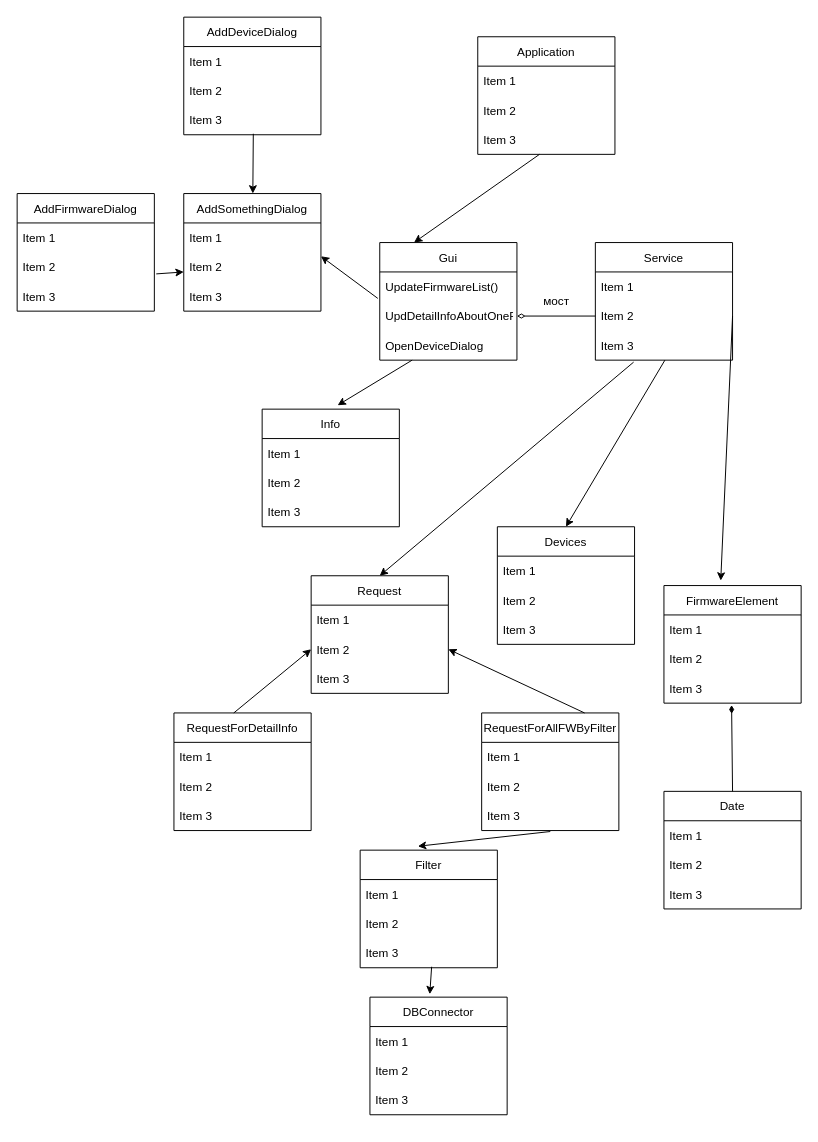
This is kursDiag.drawio from sophiiako/unik, a draw.io file, before an edit. Source tidied: cells renumbered, new cells numbered last; positions are measured from the earlier drawing's top-left corner, leaving out a move shared by most shapes. Both pictures are drawn from the tidied source at 98%, with x=0, y=0 at pixel (17, 17).
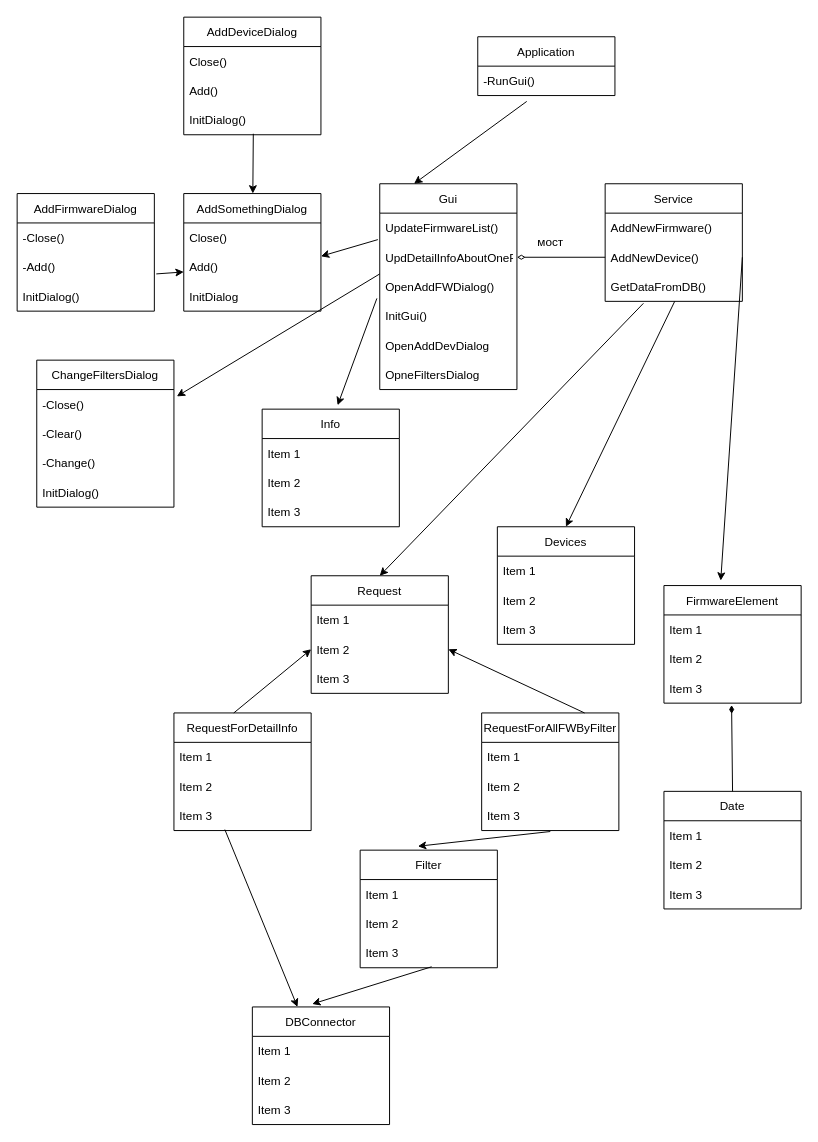
The same page after the edit.

Unchanged cells that the change refers to:
```xml
<mxCell id="34" value="Info" style="swimlane;fontStyle=0;horizontal=1;startSize=30;" parent="1" vertex="1">
  <mxGeometry x="250" y="400" width="140" height="120" as="geometry" />
</mxCell>
<mxCell id="53" value="Item 3" style="text;strokeColor=none;fillColor=none;align=left;verticalAlign=middle;spacingLeft=4;spacingRight=4;overflow=hidden;points=[[0,0.5],[1,0.5]];portConstraint=eastwest;" parent="50" vertex="1">
  <mxGeometry y="90" width="140" height="30" as="geometry" />
</mxCell>
<mxCell id="62" value="AddSomethingDialog" style="swimlane;fontStyle=0;horizontal=1;startSize=30;" parent="1" vertex="1">
  <mxGeometry x="170" y="180" width="140" height="120" as="geometry" />
</mxCell>
<mxCell id="66" value="AddDeviceDialog" style="swimlane;fontStyle=0;horizontal=1;startSize=30;" parent="1" vertex="1">
  <mxGeometry x="170" width="140" height="120" as="geometry" />
</mxCell>
<mxCell id="70" value="AddFirmwareDialog" style="swimlane;fontStyle=0;horizontal=1;startSize=30;" parent="1" vertex="1">
  <mxGeometry y="180" width="140" height="120" as="geometry" />
</mxCell>
```

Diff of the diagram source:
```diff
@@
     <mxCell id="2" value="Application" style="swimlane;fontStyle=0;horizontal=1;startSize=30;" parent="1" vertex="1">
-      <mxGeometry x="470" y="20" width="140" height="120" as="geometry" />
+      <mxGeometry x="470" y="20" width="140" height="60" as="geometry" />
     </mxCell>
-    <mxCell id="3" value="Item 1" style="text;strokeColor=none;fillColor=none;align=left;verticalAlign=middle;spacingLeft=4;spacingRight=4;overflow=hidden;points=[[0,0.5],[1,0.5]];portConstraint=eastwest;" parent="2" vertex="1">
+    <mxCell id="3" value="-RunGui()" style="text;strokeColor=none;fillColor=none;align=left;verticalAlign=middle;spacingLeft=4;spacingRight=4;overflow=hidden;points=[[0,0.5],[1,0.5]];portConstraint=eastwest;" parent="2" vertex="1">
       <mxGeometry y="30" width="140" height="30" as="geometry" />
     </mxCell>
-    <mxCell id="4" value="Item 2" style="text;strokeColor=none;fillColor=none;align=left;verticalAlign=middle;spacingLeft=4;spacingRight=4;overflow=hidden;" parent="2" vertex="1">
-      <mxGeometry y="60" width="140" height="30" as="geometry" />
-    </mxCell>
-    <mxCell id="5" value="Item 3" style="text;strokeColor=none;fillColor=none;align=left;verticalAlign=middle;spacingLeft=4;spacingRight=4;overflow=hidden;points=[[0,0.5],[1,0.5]];portConstraint=eastwest;" parent="2" vertex="1">
-      <mxGeometry y="90" width="140" height="30" as="geometry" />
-    </mxCell>
     <mxCell id="6" value="Service" style="swimlane;fontStyle=0;horizontal=1;startSize=30;" parent="1" vertex="1">
-      <mxGeometry x="590" y="230" width="140" height="120" as="geometry" />
+      <mxGeometry x="600" y="170" width="140" height="120" as="geometry" />
     </mxCell>
-    <mxCell id="7" value="Item 1" style="text;strokeColor=none;fillColor=none;align=left;verticalAlign=middle;spacingLeft=4;spacingRight=4;overflow=hidden;" parent="6" vertex="1">
+    <mxCell id="7" value="AddNewFirmware()" style="text;strokeColor=none;fillColor=none;align=left;verticalAlign=middle;spacingLeft=4;spacingRight=4;overflow=hidden;" parent="6" vertex="1">
       <mxGeometry y="30" width="140" height="30" as="geometry" />
     </mxCell>
-    <mxCell id="8" value="Item 2" style="text;strokeColor=none;fillColor=none;align=left;verticalAlign=middle;spacingLeft=4;spacingRight=4;overflow=hidden;points=[[0,0.5],[1,0.5]];portConstraint=eastwest;" parent="6" vertex="1">
+    <mxCell id="8" value="AddNewDevice()" style="text;strokeColor=none;fillColor=none;align=left;verticalAlign=middle;spacingLeft=4;spacingRight=4;overflow=hidden;points=[[0,0.5],[1,0.5]];portConstraint=eastwest;" parent="6" vertex="1">
       <mxGeometry y="60" width="140" height="30" as="geometry" />
     </mxCell>
-    <mxCell id="9" value="Item 3" style="text;strokeColor=none;fillColor=none;align=left;verticalAlign=middle;spacingLeft=4;spacingRight=4;overflow=hidden;points=[[0,0.5],[1,0.5]];portConstraint=eastwest;" parent="6" vertex="1">
+    <mxCell id="9" value="GetDataFromDB()" style="text;strokeColor=none;fillColor=none;align=left;verticalAlign=middle;spacingLeft=4;spacingRight=4;overflow=hidden;points=[[0,0.5],[1,0.5]];portConstraint=eastwest;" parent="6" vertex="1">
       <mxGeometry y="90" width="140" height="30" as="geometry" />
     </mxCell>
     <mxCell id="10" value="Gui" style="swimlane;fontStyle=0;horizontal=1;startSize=30;" parent="1" vertex="1">
-      <mxGeometry x="370" y="230" width="140" height="120" as="geometry" />
+      <mxGeometry x="370" y="170" width="140" height="210" as="geometry" />
     </mxCell>
@@
-    <mxCell id="13" value="OpenDeviceDialog" style="text;strokeColor=none;fillColor=none;align=left;verticalAlign=middle;spacingLeft=4;spacingRight=4;overflow=hidden;points=[[0,0.5],[1,0.5]];portConstraint=eastwest;" parent="10" vertex="1">
+    <mxCell id="13" value="OpenAddFWDialog()" style="text;strokeColor=none;fillColor=none;align=left;verticalAlign=middle;spacingLeft=4;spacingRight=4;overflow=hidden;points=[[0,0.5],[1,0.5]];portConstraint=eastwest;" parent="10" vertex="1">
       <mxGeometry y="90" width="140" height="30" as="geometry" />
     </mxCell>
+    <mxCell id="77" value="InitGui()" style="text;strokeColor=none;fillColor=none;align=left;verticalAlign=middle;spacingLeft=4;spacingRight=4;overflow=hidden;points=[[0,0.5],[1,0.5]];portConstraint=eastwest;" parent="10" vertex="1">
+      <mxGeometry y="120" width="140" height="30" as="geometry" />
+    </mxCell>
+    <mxCell id="78" value="OpenAddDevDialog" style="text;strokeColor=none;fillColor=none;align=left;verticalAlign=middle;spacingLeft=4;spacingRight=4;overflow=hidden;" parent="10" vertex="1">
+      <mxGeometry y="150" width="140" height="30" as="geometry" />
+    </mxCell>
+    <mxCell id="79" value="OpneFiltersDialog" style="text;strokeColor=none;fillColor=none;align=left;verticalAlign=middle;spacingLeft=4;spacingRight=4;overflow=hidden;" parent="10" vertex="1">
+      <mxGeometry y="180" width="140" height="30" as="geometry" />
+    </mxCell>
@@
     <mxCell id="18" value="DBConnector" style="swimlane;fontStyle=0;horizontal=1;startSize=30;" parent="1" vertex="1">
-      <mxGeometry x="360" y="1000" width="140" height="120" as="geometry" />
+      <mxGeometry x="240" y="1010" width="140" height="120" as="geometry" />
     </mxCell>
@@
     <mxCell id="43" value="мост" style="text;html=1;align=center;verticalAlign=middle;strokeColor=none;fillColor=none;" parent="1" vertex="1">
-      <mxGeometry x="530" y="280" width="40" height="20" as="geometry" />
+      <mxGeometry x="524" y="220" width="40" height="20" as="geometry" />
     </mxCell>
@@
-    <mxCell id="48" style="endArrow=classic;html=1;rounded=0;exitX=0.45;exitY=1;exitDx=0;exitDy=0;exitPerimeter=0;entryX=0.25;entryY=0;entryDx=0;entryDy=0;" parent="1" edge="1" source="5" target="10">
+    <mxCell id="48" style="endArrow=classic;html=1;rounded=0;exitX=0.357;exitY=1.2;exitDx=0;exitDy=0;exitPerimeter=0;entryX=0.25;entryY=0;entryDx=0;entryDy=0;" parent="1" edge="1" source="3" target="10">
       <mxGeometry relative="1" as="geometry" />
     </mxCell>
-    <mxCell id="49" style="endArrow=classic;html=1;rounded=0;exitX=0.236;exitY=1;exitDx=0;exitDy=0;exitPerimeter=0;entryX=0.55;entryY=-0.033;entryDx=0;entryDy=0;entryPerimeter=0;" parent="1" edge="1" source="13" target="34">
+    <mxCell id="49" style="endArrow=classic;html=1;rounded=0;exitX=-0.021;exitY=-0.1;exitDx=0;exitDy=0;exitPerimeter=0;entryX=0.55;entryY=-0.033;entryDx=0;entryDy=0;entryPerimeter=0;" parent="1" edge="1" source="77" target="34">
       <mxGeometry relative="1" as="geometry" />
     </mxCell>
@@
-    <mxCell id="63" value="Item 1" style="text;strokeColor=none;fillColor=none;align=left;verticalAlign=middle;spacingLeft=4;spacingRight=4;overflow=hidden;" parent="62" vertex="1">
+    <mxCell id="63" value="Close()" style="text;strokeColor=none;fillColor=none;align=left;verticalAlign=middle;spacingLeft=4;spacingRight=4;overflow=hidden;" parent="62" vertex="1">
       <mxGeometry y="30" width="140" height="30" as="geometry" />
     </mxCell>
-    <mxCell id="64" value="Item 2" style="text;strokeColor=none;fillColor=none;align=left;verticalAlign=middle;spacingLeft=4;spacingRight=4;overflow=hidden;points=[[0,0.5],[1,0.5]];portConstraint=eastwest;" parent="62" vertex="1">
+    <mxCell id="64" value="Add()" style="text;strokeColor=none;fillColor=none;align=left;verticalAlign=middle;spacingLeft=4;spacingRight=4;overflow=hidden;points=[[0,0.5],[1,0.5]];portConstraint=eastwest;" parent="62" vertex="1">
       <mxGeometry y="60" width="140" height="30" as="geometry" />
     </mxCell>
-    <mxCell id="65" value="Item 3" style="text;strokeColor=none;fillColor=none;align=left;verticalAlign=middle;spacingLeft=4;spacingRight=4;overflow=hidden;" parent="62" vertex="1">
+    <mxCell id="65" value="InitDialog" style="text;strokeColor=none;fillColor=none;align=left;verticalAlign=middle;spacingLeft=4;spacingRight=4;overflow=hidden;" parent="62" vertex="1">
       <mxGeometry y="90" width="140" height="30" as="geometry" />
     </mxCell>
@@
-    <mxCell id="67" value="Item 1" style="text;strokeColor=none;fillColor=none;align=left;verticalAlign=middle;spacingLeft=4;spacingRight=4;overflow=hidden;" parent="66" vertex="1">
+    <mxCell id="67" value="Close()" style="text;strokeColor=none;fillColor=none;align=left;verticalAlign=middle;spacingLeft=4;spacingRight=4;overflow=hidden;" parent="66" vertex="1">
       <mxGeometry y="30" width="140" height="30" as="geometry" />
     </mxCell>
-    <mxCell id="68" value="Item 2" style="text;strokeColor=none;fillColor=none;align=left;verticalAlign=middle;spacingLeft=4;spacingRight=4;overflow=hidden;" parent="66" vertex="1">
+    <mxCell id="68" value="Add()" style="text;strokeColor=none;fillColor=none;align=left;verticalAlign=middle;spacingLeft=4;spacingRight=4;overflow=hidden;" parent="66" vertex="1">
       <mxGeometry y="60" width="140" height="30" as="geometry" />
     </mxCell>
-    <mxCell id="69" value="Item 3" style="text;strokeColor=none;fillColor=none;align=left;verticalAlign=middle;spacingLeft=4;spacingRight=4;overflow=hidden;points=[[0,0.5],[1,0.5]];portConstraint=eastwest;" parent="66" vertex="1">
+    <mxCell id="69" value="InitDialog()" style="text;strokeColor=none;fillColor=none;align=left;verticalAlign=middle;spacingLeft=4;spacingRight=4;overflow=hidden;points=[[0,0.5],[1,0.5]];portConstraint=eastwest;" parent="66" vertex="1">
       <mxGeometry y="90" width="140" height="30" as="geometry" />
     </mxCell>
@@
-    <mxCell id="71" value="Item 1" style="text;strokeColor=none;fillColor=none;align=left;verticalAlign=middle;spacingLeft=4;spacingRight=4;overflow=hidden;" parent="70" vertex="1">
+    <mxCell id="71" value="-Close()" style="text;strokeColor=none;fillColor=none;align=left;verticalAlign=middle;spacingLeft=4;spacingRight=4;overflow=hidden;" parent="70" vertex="1">
       <mxGeometry y="30" width="140" height="30" as="geometry" />
     </mxCell>
-    <mxCell id="72" value="Item 2" style="text;strokeColor=none;fillColor=none;align=left;verticalAlign=middle;spacingLeft=4;spacingRight=4;overflow=hidden;points=[[0,0.5],[1,0.5]];portConstraint=eastwest;" parent="70" vertex="1">
-      <mxGeometry y="60" width="140" height="30" as="geometry" />
-    </mxCell>
-    <mxCell id="73" value="Item 3" style="text;strokeColor=none;fillColor=none;align=left;verticalAlign=middle;spacingLeft=4;spacingRight=4;overflow=hidden;" parent="70" vertex="1">
-      <mxGeometry y="90" width="140" height="30" as="geometry" />
+    <mxCell id="73" value="-Add()" style="text;strokeColor=none;fillColor=none;align=left;verticalAlign=middle;spacingLeft=4;spacingRight=4;overflow=hidden;" parent="70" vertex="1">
+      <mxGeometry y="60" width="140" height="30" as="geometry" />
     </mxCell>
+    <mxCell id="80" value="InitDialog()" style="text;strokeColor=none;fillColor=none;align=left;verticalAlign=middle;spacingLeft=4;spacingRight=4;overflow=hidden;" parent="70" vertex="1">
+      <mxGeometry y="90" width="140" height="30" as="geometry" />
+    </mxCell>
@@
-    <mxCell id="75" style="endArrow=classic;html=1;rounded=0;exitX=1.014;exitY=0.733;exitDx=0;exitDy=0;exitPerimeter=0;" parent="1" edge="1" source="72">
+    <mxCell id="75" style="endArrow=classic;html=1;rounded=0;exitX=1.014;exitY=0.733;exitDx=0;exitDy=0;exitPerimeter=0;" parent="1" edge="1">
       <mxGeometry relative="1" as="geometry">
+        <mxPoint x="142" y="262" as="sourcePoint" />
         <mxPoint x="170" y="260" as="targetPoint" />
       </mxGeometry>
     </mxCell>
@@
+    <mxCell id="81" style="endArrow=classic;html=1;rounded=0;exitX=0.371;exitY=0.967;exitDx=0;exitDy=0;exitPerimeter=0;entryX=0.329;entryY=0;entryDx=0;entryDy=0;entryPerimeter=0;" parent="1" edge="1" source="53" target="18">
+      <mxGeometry relative="1" as="geometry" />
+    </mxCell>
+    <mxCell id="82" value="ChangeFiltersDialog" style="swimlane;fontStyle=0;horizontal=1;startSize=30;" parent="1" vertex="1">
+      <mxGeometry x="20" y="350" width="140" height="150" as="geometry" />
+    </mxCell>
+    <mxCell id="83" value="-Close()" style="text;strokeColor=none;fillColor=none;align=left;verticalAlign=middle;spacingLeft=4;spacingRight=4;overflow=hidden;points=[[0,0.5],[1,0.5]];portConstraint=eastwest;" parent="82" vertex="1">
+      <mxGeometry y="30" width="140" height="30" as="geometry" />
+    </mxCell>
+    <mxCell id="84" value="-Clear()" style="text;strokeColor=none;fillColor=none;align=left;verticalAlign=middle;spacingLeft=4;spacingRight=4;overflow=hidden;" parent="82" vertex="1">
+      <mxGeometry y="60" width="140" height="30" as="geometry" />
+    </mxCell>
+    <mxCell id="85" value="-Change()" style="text;strokeColor=none;fillColor=none;align=left;verticalAlign=middle;spacingLeft=4;spacingRight=4;overflow=hidden;" parent="82" vertex="1">
+      <mxGeometry y="90" width="140" height="30" as="geometry" />
+    </mxCell>
+    <mxCell id="86" value="InitDialog()" style="text;strokeColor=none;fillColor=none;align=left;verticalAlign=middle;spacingLeft=4;spacingRight=4;overflow=hidden;" parent="82" vertex="1">
+      <mxGeometry y="120" width="140" height="30" as="geometry" />
+    </mxCell>
+    <mxCell id="87" style="endArrow=classic;html=1;rounded=0;exitX=0;exitY=0.067;exitDx=0;exitDy=0;exitPerimeter=0;entryX=1.021;entryY=0.233;entryDx=0;entryDy=0;entryPerimeter=0;" parent="1" edge="1" source="13" target="83">
+      <mxGeometry relative="1" as="geometry" />
+    </mxCell>
```
